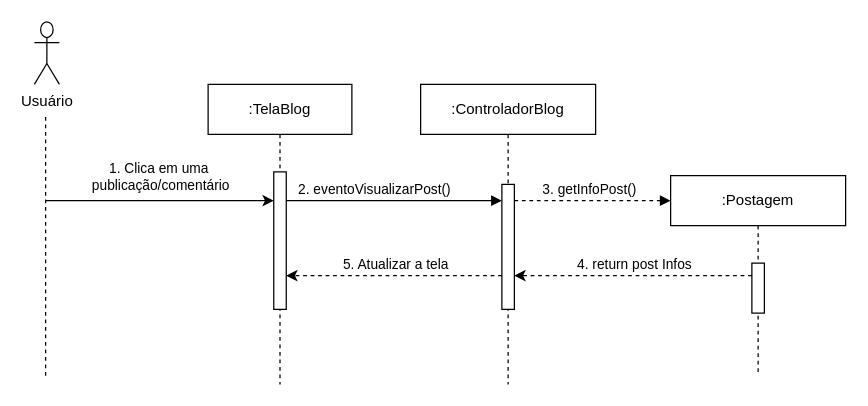
Before: src/drawio/Visualizar-Post.drawio in Hatz-D/Litoral-Puro-RJ, a draw.io diagram. Source tidied: cells renumbered, new cells numbered last; positions are measured from the earlier drawing's top-left corner, leaving out a move shared by most shapes. Both pictures are drawn from the tidied source at 125%, with x=0, y=0 at pixel (34, 21).
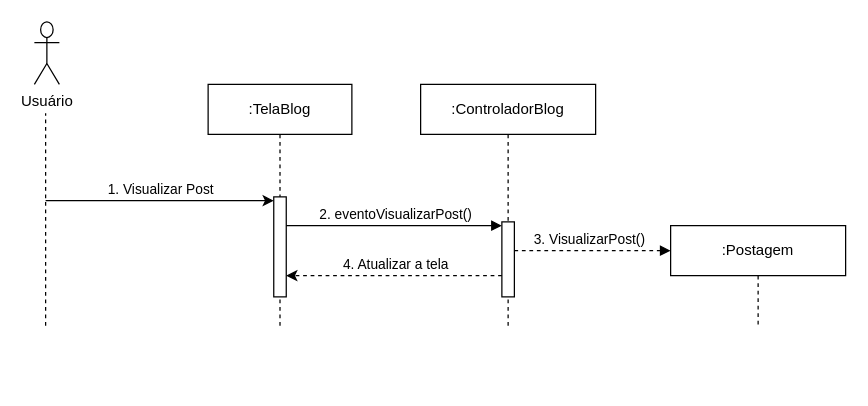
Above is the later version.

The change refers to these unchanged cells:
```xml
<mxCell id="9" style="endArrow=classic;html=1;rounded=0;" parent="1" edge="1" target="3">
  <mxGeometry relative="1" as="geometry">
    <mxPoint x="9" y="143" as="sourcePoint" />
  </mxGeometry>
</mxCell>
<mxCell id="16" style="endArrow=classic;html=1;rounded=0;dashed=1;" parent="1" edge="1" source="5" target="3">
  <mxGeometry relative="1" as="geometry">
    <Array as="points">
      <mxPoint x="319" y="203" />
      <mxPoint x="229" y="203" />
    </Array>
  </mxGeometry>
</mxCell>
```

What changed in the source:
```diff
@@
     <mxCell id="2" value=":TelaBlog" style="shape=umlLifeline;perimeter=lifelinePerimeter;whiteSpace=wrap;html=1;newEdgeStyle={&quot;edgeStyle&quot;:&quot;elbowEdgeStyle&quot;,&quot;elbow&quot;:&quot;vertical&quot;,&quot;curved&quot;:0,&quot;rounded&quot;:0};" parent="1" vertex="1">
-      <mxGeometry x="139" y="50" width="115" height="240" as="geometry" />
+      <mxGeometry x="139" y="50" width="115" height="193" as="geometry" />
     </mxCell>
     <mxCell id="3" style="html=1;points=[];perimeter=orthogonalPerimeter;outlineConnect=0;targetShapes=umlLifeline;portConstraint=eastwest;newEdgeStyle={&quot;edgeStyle&quot;:&quot;elbowEdgeStyle&quot;,&quot;elbow&quot;:&quot;vertical&quot;,&quot;curved&quot;:0,&quot;rounded&quot;:0};" parent="2" vertex="1">
-      <mxGeometry x="52.5" y="70" width="10" height="110" as="geometry" />
+      <mxGeometry x="52.5" y="90" width="10" height="80" as="geometry" />
     </mxCell>
     <mxCell id="4" value=":ControladorBlog" style="shape=umlLifeline;perimeter=lifelinePerimeter;whiteSpace=wrap;html=1;newEdgeStyle={&quot;edgeStyle&quot;:&quot;elbowEdgeStyle&quot;,&quot;elbow&quot;:&quot;vertical&quot;,&quot;curved&quot;:0,&quot;rounded&quot;:0};" parent="1" vertex="1">
-      <mxGeometry x="309" y="50" width="140" height="240" as="geometry" />
+      <mxGeometry x="309" y="50" width="140" height="193" as="geometry" />
     </mxCell>
     <mxCell id="5" style="html=1;points=[];perimeter=orthogonalPerimeter;outlineConnect=0;targetShapes=umlLifeline;portConstraint=eastwest;newEdgeStyle={&quot;edgeStyle&quot;:&quot;elbowEdgeStyle&quot;,&quot;elbow&quot;:&quot;vertical&quot;,&quot;curved&quot;:0,&quot;rounded&quot;:0};" parent="4" vertex="1">
-      <mxGeometry x="65" y="80" width="10" height="100" as="geometry" />
+      <mxGeometry x="65" y="110" width="10" height="60" as="geometry" />
     </mxCell>
-    <mxCell id="6" value="2. eventoVisualizarPost()" style="html=1;verticalAlign=bottom;endArrow=block;edgeStyle=elbowEdgeStyle;elbow=vertical;curved=0;rounded=0;" parent="1" edge="1" source="3" target="5">
-      <mxGeometry x="-0.2" relative="1" as="geometry">
+    <mxCell id="6" value="2. eventoVisualizarPost()" style="html=1;verticalAlign=bottom;endArrow=block;edgeStyle=elbowEdgeStyle;elbow=vertical;curved=0;rounded=0;" parent="1" edge="1">
+      <mxGeometry x="0.01" relative="1" as="geometry">
+        <mxPoint x="201.5" y="163" as="sourcePoint" />
+        <mxPoint x="374" y="163" as="targetPoint" />
         <Array as="points">
-          <mxPoint x="309" y="143" />
+          <mxPoint x="309" y="163" />
         </Array>
-        <mxPoint x="1" as="offset" />
       </mxGeometry>
     </mxCell>
     <mxCell id="7" style="endArrow=none;dashed=1;html=1;rounded=0;" parent="1" edge="1">
       <mxGeometry relative="1" as="geometry">
-        <mxPoint x="9" y="283" as="sourcePoint" />
+        <mxPoint x="9" y="243" as="sourcePoint" />
         <mxPoint x="9" y="73" as="targetPoint" />
       </mxGeometry>
     </mxCell>
@@
-    <mxCell id="10" value="1. Clica em uma&amp;nbsp;&lt;div&gt;publicação/comentário&lt;/div&gt;" style="edgeLabel;html=1;align=center;verticalAlign=middle;" parent="9" vertex="1">
+    <mxCell id="10" value="1. Visualizar Post" style="edgeLabel;html=1;align=center;verticalAlign=middle;" parent="9" vertex="1">
       <mxGeometry x="-0.09" y="-1" relative="1" as="geometry">
-        <mxPoint x="8" y="-21" as="offset" />
+        <mxPoint x="8" y="-11" as="offset" />
       </mxGeometry>
     </mxCell>
     <mxCell id="11" value=":Postagem" style="shape=umlLifeline;perimeter=lifelinePerimeter;whiteSpace=wrap;html=1;newEdgeStyle={&quot;edgeStyle&quot;:&quot;elbowEdgeStyle&quot;,&quot;elbow&quot;:&quot;vertical&quot;,&quot;curved&quot;:0,&quot;rounded&quot;:0};" parent="1" vertex="1">
-      <mxGeometry x="509" y="123" width="140" height="160" as="geometry" />
+      <mxGeometry x="509" y="163" width="140" height="80" as="geometry" />
     </mxCell>
-    <mxCell id="12" style="html=1;points=[];perimeter=orthogonalPerimeter;outlineConnect=0;targetShapes=umlLifeline;portConstraint=eastwest;newEdgeStyle={&quot;edgeStyle&quot;:&quot;elbowEdgeStyle&quot;,&quot;elbow&quot;:&quot;vertical&quot;,&quot;curved&quot;:0,&quot;rounded&quot;:0};" parent="11" vertex="1">
-      <mxGeometry x="65" y="70" width="10" height="40" as="geometry" />
-    </mxCell>
-    <mxCell id="13" value="3. getInfoPost()" style="html=1;verticalAlign=bottom;endArrow=block;edgeStyle=elbowEdgeStyle;elbow=vertical;curved=0;rounded=0;dashed=1;" parent="1" edge="1" source="5">
+    <mxCell id="13" value="3. VisualizarPost()" style="html=1;verticalAlign=bottom;endArrow=block;edgeStyle=elbowEdgeStyle;elbow=vertical;curved=0;rounded=0;dashed=1;" parent="1" edge="1">
       <mxGeometry x="-0.04" relative="1" as="geometry">
-        <mxPoint x="509" y="143" as="targetPoint" />
+        <mxPoint x="384" y="183" as="sourcePoint" />
+        <mxPoint x="509" y="183.5" as="targetPoint" />
         <Array as="points">
-          <mxPoint x="489" y="143" />
+          <mxPoint x="554" y="183" />
         </Array>
       </mxGeometry>
     </mxCell>
-    <mxCell id="14" style="endArrow=classic;html=1;rounded=0;dashed=1;" parent="1" edge="1" source="12" target="5">
-      <mxGeometry relative="1" as="geometry">
-        <Array as="points">
-          <mxPoint x="519" y="203" />
-        </Array>
-      </mxGeometry>
-    </mxCell>
-    <mxCell id="15" value="4. return post Infos" style="edgeLabel;html=1;align=center;verticalAlign=middle;" parent="14" vertex="1">
-      <mxGeometry x="-0.02" y="-3" relative="1" as="geometry">
-        <mxPoint x="-2" y="-7" as="offset" />
-      </mxGeometry>
-    </mxCell>
@@
-    <mxCell id="17" value="5. Atualizar a tela" style="edgeLabel;html=1;align=center;verticalAlign=middle;" parent="16" vertex="1">
+    <mxCell id="17" value="4. Atualizar a tela" style="edgeLabel;html=1;align=center;verticalAlign=middle;" parent="16" vertex="1">
       <mxGeometry x="-0.02" y="-3" relative="1" as="geometry">
         <mxPoint x="-1" y="-7" as="offset" />
       </mxGeometry>
     </mxCell>
```
